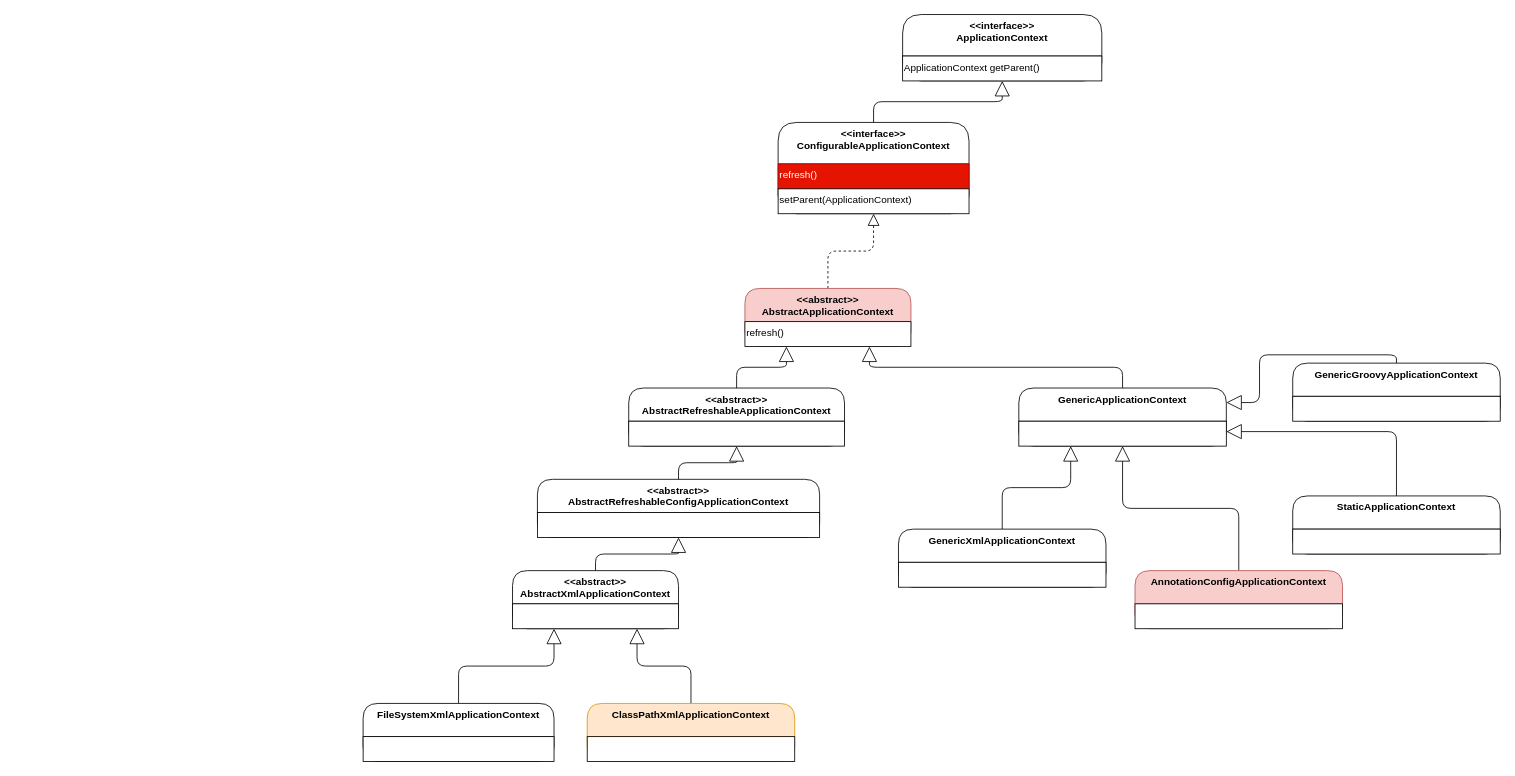
Before: page "ApplicationContext" (1 of 3) of demo-spring-draw/Spring-Lifecycle.drawio in hello-world-example/Spring-Context, a draw.io diagram. Source tidied: cells renumbered, new cells numbered last; positions are measured from the earlier drawing's top-left corner, leaving out a move shared by most shapes. Both pictures are drawn from the tidied source at 83%, with x=0, y=0 at pixel (363, 14).
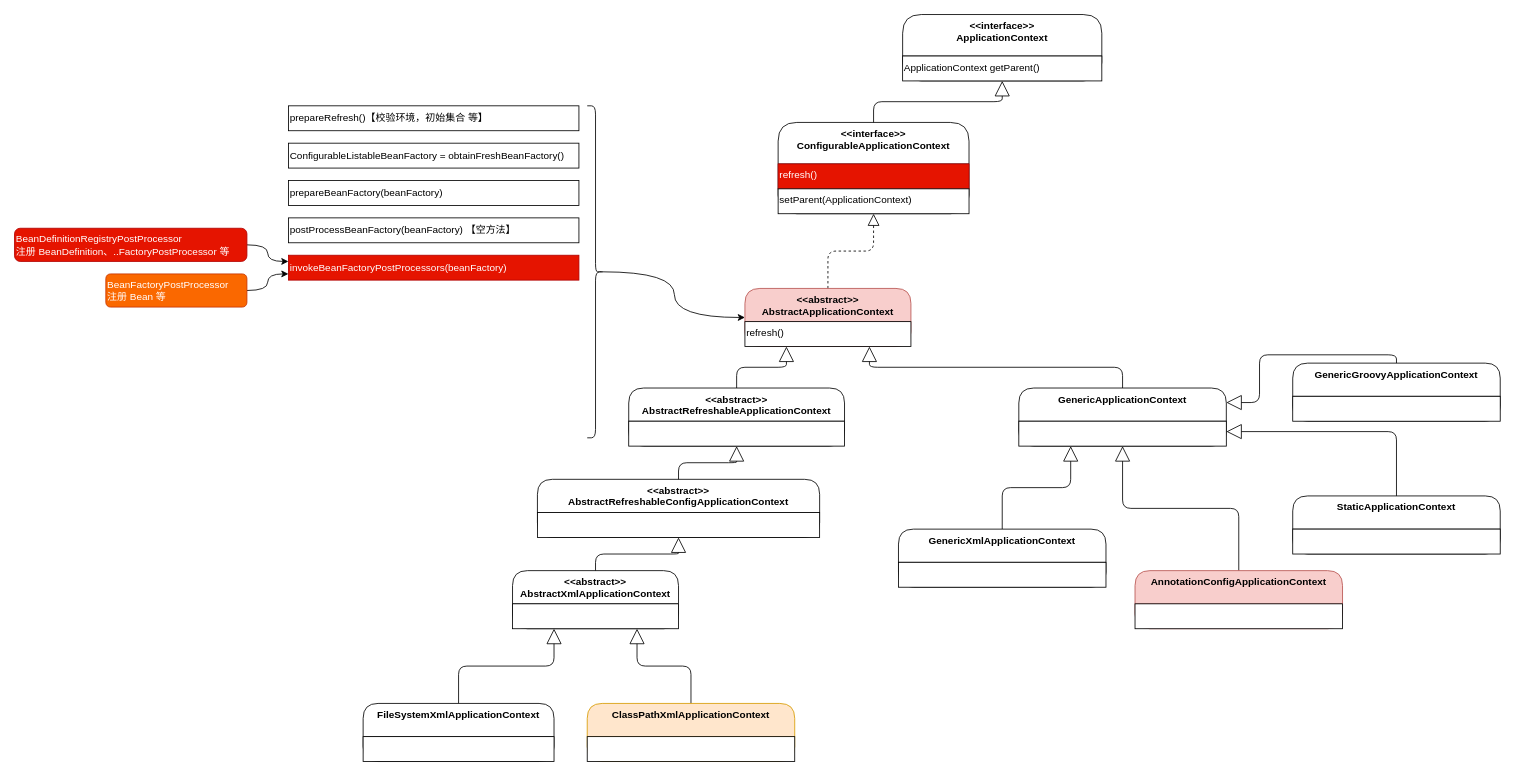
After the change.

Unchanged cells that the change refers to:
```xml
<mxCell id="9" value="&lt;&lt;abstract&gt;&gt;&#10;AbstractApplicationContext" style="swimlane;fontStyle=1;align=center;verticalAlign=top;horizontal=1;startSize=40;rounded=1;shadow=0;glass=0;sketch=0;html=0;fillColor=#f8cecc;strokeColor=#b85450;" parent="1" vertex="1">
  <mxGeometry x="460" y="330" width="200" height="70" as="geometry" />
</mxCell>
```

Change to the diagram source:
```diff
@@
+    <mxCell id="41" value="prepareRefresh()【校验环境，初始集合 等】" style="rounded=0;whiteSpace=wrap;align=left;" parent="1" vertex="1">
+      <mxGeometry x="-90" y="110" width="350" height="30" as="geometry" />
+    </mxCell>
+    <mxCell id="42" value="ConfigurableListableBeanFactory = obtainFreshBeanFactory()" style="rounded=0;whiteSpace=wrap;align=left;" parent="1" vertex="1">
+      <mxGeometry x="-90" y="155" width="350" height="30" as="geometry" />
+    </mxCell>
+    <mxCell id="43" value="prepareBeanFactory(beanFactory)" style="rounded=0;whiteSpace=wrap;align=left;" parent="1" vertex="1">
+      <mxGeometry x="-90" y="200" width="350" height="30" as="geometry" />
+    </mxCell>
+    <mxCell id="44" value="postProcessBeanFactory(beanFactory) 【空方法】" style="rounded=0;whiteSpace=wrap;align=left;" parent="1" vertex="1">
+      <mxGeometry x="-90" y="245" width="350" height="30" as="geometry" />
+    </mxCell>
+    <mxCell id="45" value="invokeBeanFactoryPostProcessors(beanFactory)" style="rounded=0;whiteSpace=wrap;align=left;fillColor=#e51400;strokeColor=#B20000;fontColor=#ffffff;" parent="1" vertex="1">
+      <mxGeometry x="-90" y="290" width="350" height="30" as="geometry" />
+    </mxCell>
+    <mxCell id="46" style="edgeStyle=orthogonalEdgeStyle;rounded=0;jettySize=auto;html=1;exitX=1;exitY=0.5;exitDx=0;exitDy=0;entryX=0;entryY=0.25;entryDx=0;entryDy=0;curved=1;" parent="1" edge="1" source="47" target="45">
+      <mxGeometry relative="1" as="geometry" />
+    </mxCell>
+    <mxCell id="47" value="BeanDefinitionRegistryPostProcessor&#10;注册 BeanDefinition、..FactoryPostProcessor 等" style="rounded=1;whiteSpace=wrap;align=left;fillColor=#e51400;strokeColor=#B20000;fontColor=#ffffff;arcSize=17;" parent="1" vertex="1">
+      <mxGeometry x="-420" y="257.5" width="280" height="40" as="geometry" />
+    </mxCell>
+    <mxCell id="48" style="edgeStyle=orthogonalEdgeStyle;curved=1;rounded=0;jettySize=auto;html=1;exitX=1;exitY=0.5;exitDx=0;exitDy=0;entryX=0;entryY=0.75;entryDx=0;entryDy=0;" parent="1" edge="1" source="49" target="45">
+      <mxGeometry relative="1" as="geometry" />
+    </mxCell>
+    <mxCell id="49" value="BeanFactoryPostProcessor&#10;注册 Bean 等" style="rounded=1;whiteSpace=wrap;align=left;fillColor=#fa6800;strokeColor=#C73500;fontColor=#ffffff;arcSize=14;" parent="1" vertex="1">
+      <mxGeometry x="-310" y="312.5" width="170" height="40" as="geometry" />
+    </mxCell>
+    <mxCell id="50" style="edgeStyle=orthogonalEdgeStyle;curved=1;rounded=0;jettySize=auto;html=1;exitX=0.1;exitY=0.5;exitDx=0;exitDy=0;exitPerimeter=0;entryX=0;entryY=0.5;entryDx=0;entryDy=0;" parent="1" edge="1" source="51" target="9">
+      <mxGeometry relative="1" as="geometry" />
+    </mxCell>
+    <mxCell id="51" style="shape=curlyBracket;whiteSpace=wrap;html=1;rounded=1;align=left;rotation=-180;" parent="1" vertex="1">
+      <mxGeometry x="270" y="110" width="20" height="400" as="geometry" />
+    </mxCell>
```
